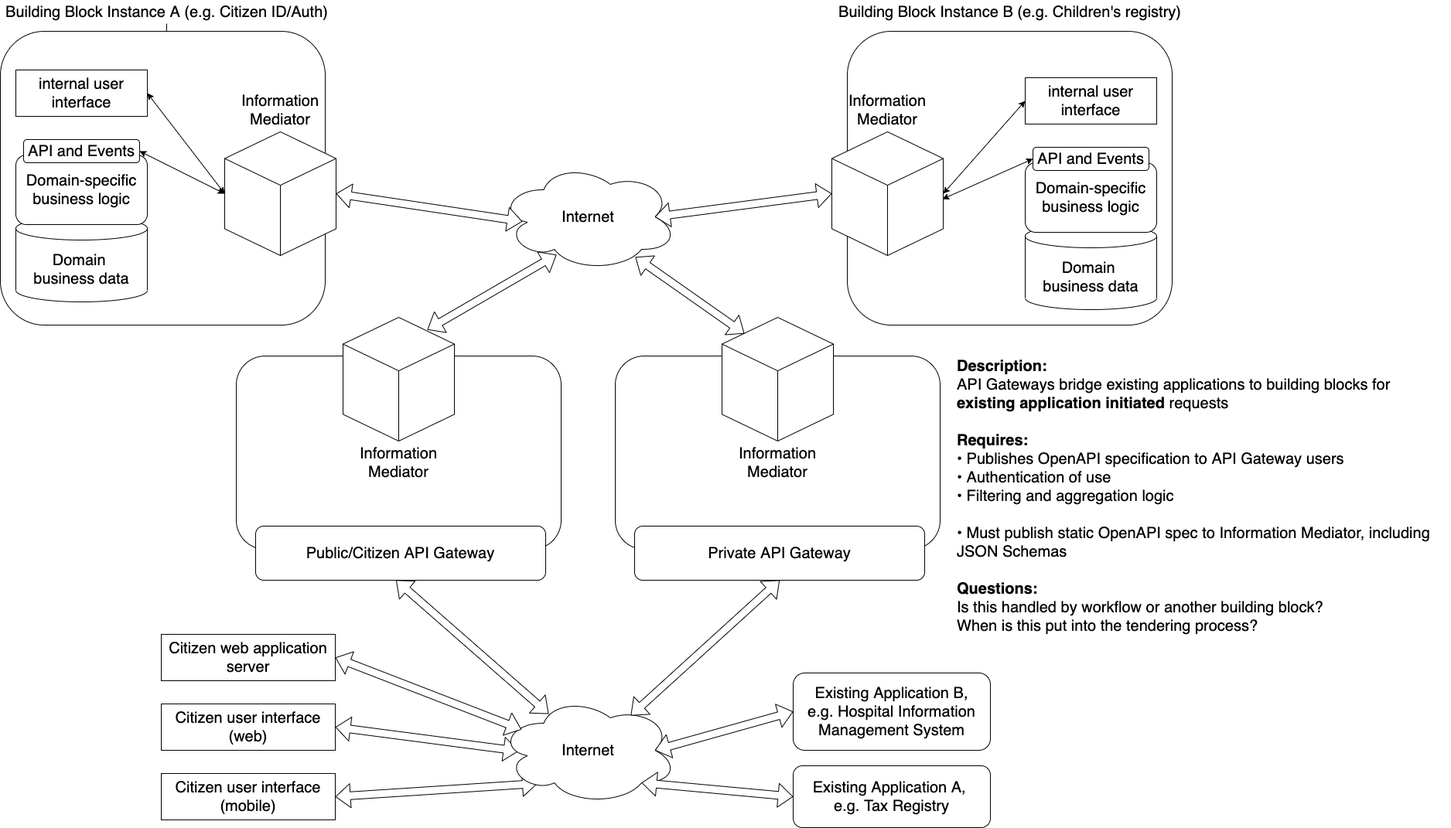
Above: diagrams/api_gateways.png in GovStackWorkingGroup/BuildingBlockAPI (draw.io), before the change. Source tidied: cells renumbered, new cells last; positions are measured from the earlier drawing's top-left corner, leaving out a move shared by most shapes.
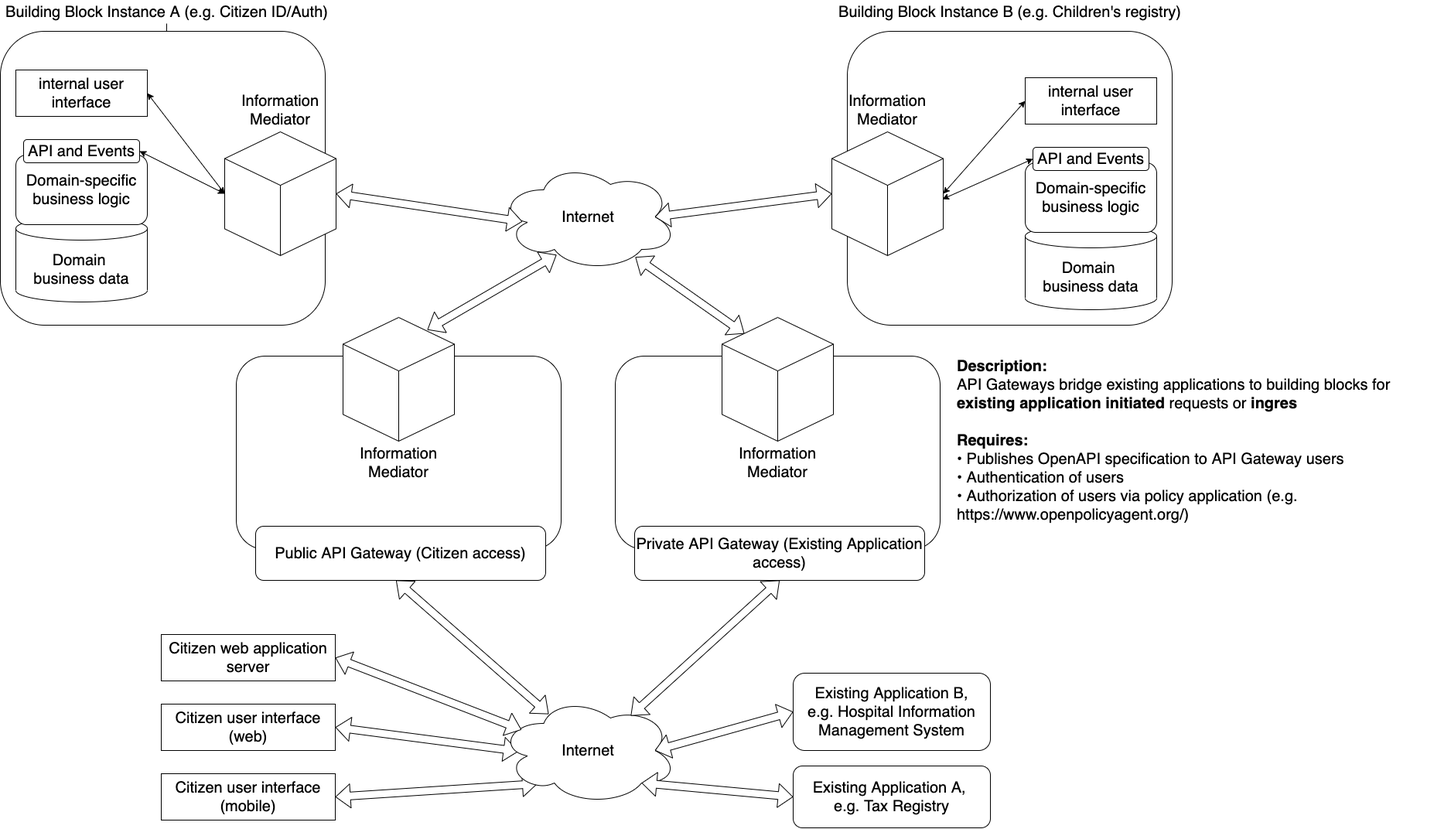
The same diagram one commit later.

Diff of the diagram source:
```diff
@@ -104,7 +104,7 @@
     <mxCell id="35" style="group;fontSize=20;" parent="32" vertex="1">
       <mxGeometry x="25" y="270" width="375" height="70" as="geometry" />
     </mxCell>
-    <mxCell id="36" value="Private API Gateway" style="rounded=1;whiteSpace=wrap;html=1;fontSize=20;" parent="35" vertex="1">
+    <mxCell id="36" value="Private API Gateway (Existing Application access)" style="rounded=1;whiteSpace=wrap;html=1;fontSize=20;" parent="35" vertex="1">
       <mxGeometry width="375" height="70" as="geometry" />
     </mxCell>
     <mxCell id="37" style="group;" parent="1" vertex="1">
@@ -119,7 +119,7 @@
     <mxCell id="40" style="group;fontSize=20;" parent="37" vertex="1">
       <mxGeometry x="25" y="270" width="375" height="70" as="geometry" />
     </mxCell>
-    <mxCell id="41" value="Public/Citizen API Gateway" style="rounded=1;whiteSpace=wrap;html=1;fontSize=20;" parent="40" vertex="1">
+    <mxCell id="41" value="Public API Gateway (Citizen access)" style="rounded=1;whiteSpace=wrap;html=1;fontSize=20;" parent="40" vertex="1">
       <mxGeometry width="375" height="70" as="geometry" />
     </mxCell>
     <mxCell id="42" value=" " style="group;" parent="1" vertex="1">
@@ -158,7 +158,7 @@
     <mxCell id="53" value="&lt;font style=&quot;font-size: 20px&quot;&gt;Building Block Instance B (e.g. Children's registry)&lt;/font&gt;" style="text;html=1;align=center;verticalAlign=middle;strokeColor=none;fontSize=20;" parent="42" vertex="1">
       <mxGeometry x="-30" width="480" height="30" as="geometry" />
     </mxCell>
-    <mxCell id="54" value="&lt;div&gt;&lt;font face=&quot;helvetica&quot;&gt;&lt;span style=&quot;font-size: 20px&quot;&gt;&lt;b&gt;Description:&lt;/b&gt;&lt;/span&gt;&lt;/font&gt;&lt;/div&gt;&lt;div&gt;&lt;font face=&quot;helvetica&quot;&gt;&lt;span style=&quot;font-size: 20px&quot;&gt;API Gateways bridge existing applications to building blocks for &lt;b&gt;existing application initiated&lt;/b&gt; requests&lt;/span&gt;&lt;/font&gt;&lt;/div&gt;&lt;div&gt;&lt;font face=&quot;helvetica&quot;&gt;&lt;span style=&quot;font-size: 20px&quot;&gt;&lt;b&gt;&lt;br&gt;&lt;/b&gt;&lt;/span&gt;&lt;/font&gt;&lt;/div&gt;&lt;div&gt;&lt;font face=&quot;helvetica&quot;&gt;&lt;span style=&quot;font-size: 20px&quot;&gt;&lt;b&gt;Requires:&lt;/b&gt;&lt;/span&gt;&lt;/font&gt;&lt;/div&gt;&lt;div&gt;&lt;font face=&quot;helvetica&quot;&gt;&lt;span style=&quot;font-size: 20px&quot;&gt;&lt;b&gt;• &lt;/b&gt;Publishes&amp;nbsp;OpenAPI specification to API Gateway users&lt;/span&gt;&lt;/font&gt;&lt;/div&gt;&lt;div&gt;&lt;span style=&quot;font-size: 20px&quot;&gt;&lt;font face=&quot;helvetica&quot;&gt;• Authentication of use&lt;/font&gt;&lt;/span&gt;&lt;/div&gt;&lt;div&gt;&lt;span style=&quot;font-size: 20px&quot;&gt;&lt;font face=&quot;helvetica&quot;&gt;• Filtering and aggregation logic&lt;/font&gt;&lt;/span&gt;&lt;/div&gt;&lt;div&gt;&lt;/div&gt;&lt;span style=&quot;font-family: &amp;#34;helvetica&amp;#34; ; font-size: 20px&quot;&gt;&lt;br&gt;&lt;/span&gt;&lt;div&gt;&lt;span style=&quot;font-size: 20px&quot;&gt;&lt;font face=&quot;helvetica&quot;&gt;• Must publish static OpenAPI spec to Information Mediator, including JSON Schemas&lt;/font&gt;&lt;/span&gt;&lt;/div&gt;&lt;div&gt;&lt;span style=&quot;font-family: &amp;#34;helvetica&amp;#34; ; font-size: 20px&quot;&gt;&lt;br&gt;&lt;/span&gt;&lt;/div&gt;&lt;div&gt;&lt;span style=&quot;font-family: &amp;#34;helvetica&amp;#34; ; font-size: 20px&quot;&gt;&lt;b&gt;Questions:&lt;/b&gt;&lt;/span&gt;&lt;/div&gt;&lt;div&gt;&lt;span style=&quot;font-family: &amp;#34;helvetica&amp;#34; ; font-size: 20px&quot;&gt;Is this handled by workflow or another building block?&lt;/span&gt;&lt;/div&gt;&lt;div&gt;&lt;span style=&quot;font-family: &amp;#34;helvetica&amp;#34; ; font-size: 20px&quot;&gt;When is this put into the tendering process?&lt;/span&gt;&lt;/div&gt;" style="text;whiteSpace=wrap;html=1;align=left;" parent="1" vertex="1">
+    <mxCell id="54" value="&lt;div&gt;&lt;font face=&quot;helvetica&quot;&gt;&lt;span style=&quot;font-size: 20px&quot;&gt;&lt;b&gt;Description:&lt;/b&gt;&lt;/span&gt;&lt;/font&gt;&lt;/div&gt;&lt;div&gt;&lt;font face=&quot;helvetica&quot;&gt;&lt;span style=&quot;font-size: 20px&quot;&gt;API Gateways bridge existing applications to building blocks for &lt;b&gt;existing application initiated&lt;/b&gt; requests or &lt;b&gt;ingres&lt;/b&gt;&lt;/span&gt;&lt;/font&gt;&lt;/div&gt;&lt;div&gt;&lt;font face=&quot;helvetica&quot;&gt;&lt;span style=&quot;font-size: 20px&quot;&gt;&lt;b&gt;&lt;br&gt;&lt;/b&gt;&lt;/span&gt;&lt;/font&gt;&lt;/div&gt;&lt;div&gt;&lt;font face=&quot;helvetica&quot;&gt;&lt;span style=&quot;font-size: 20px&quot;&gt;&lt;b&gt;Requires:&lt;/b&gt;&lt;/span&gt;&lt;/font&gt;&lt;/div&gt;&lt;div&gt;&lt;font face=&quot;helvetica&quot;&gt;&lt;span style=&quot;font-size: 20px&quot;&gt;&lt;b&gt;• &lt;/b&gt;Publishes&amp;nbsp;OpenAPI specification to API Gateway users&lt;/span&gt;&lt;/font&gt;&lt;/div&gt;&lt;div&gt;&lt;span style=&quot;font-size: 20px&quot;&gt;&lt;font face=&quot;helvetica&quot;&gt;• Authentication of users&lt;/font&gt;&lt;/span&gt;&lt;/div&gt;&lt;div&gt;&lt;span style=&quot;font-size: 20px&quot;&gt;&lt;font face=&quot;helvetica&quot;&gt;• Authorization of users via policy application (e.g.&amp;nbsp;&lt;/font&gt;&lt;/span&gt;&lt;/div&gt;&lt;font face=&quot;helvetica&quot;&gt;&lt;span style=&quot;font-size: 20px&quot;&gt;https://www.openpolicyagent.org/)&lt;br&gt;&lt;/span&gt;&lt;/font&gt;&lt;div&gt;&lt;br&gt;&lt;/div&gt;&lt;div&gt;&lt;/div&gt;&lt;div&gt;&lt;br&gt;&lt;/div&gt;" style="text;whiteSpace=wrap;html=1;align=left;" parent="1" vertex="1">
       <mxGeometry x="1235" y="455" width="640" height="405" as="geometry" />
     </mxCell>
   </root>
```
